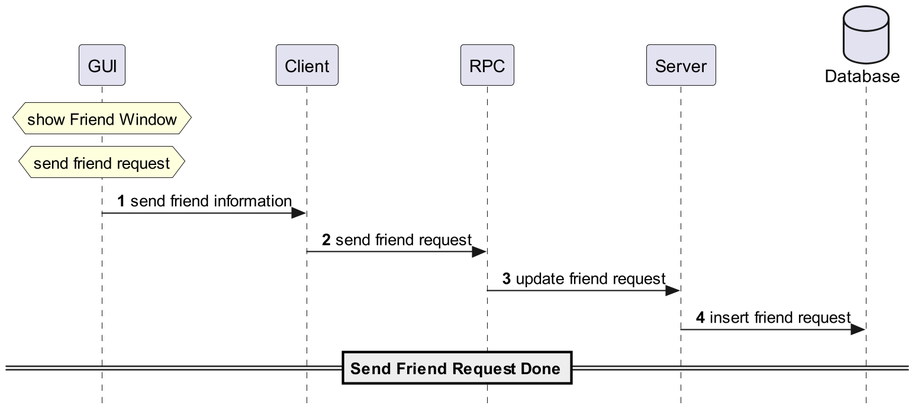
Before: Docs/Flow Chart/friend request.png, a diagram exported from PlantUML (jack41402/Networking-Final).
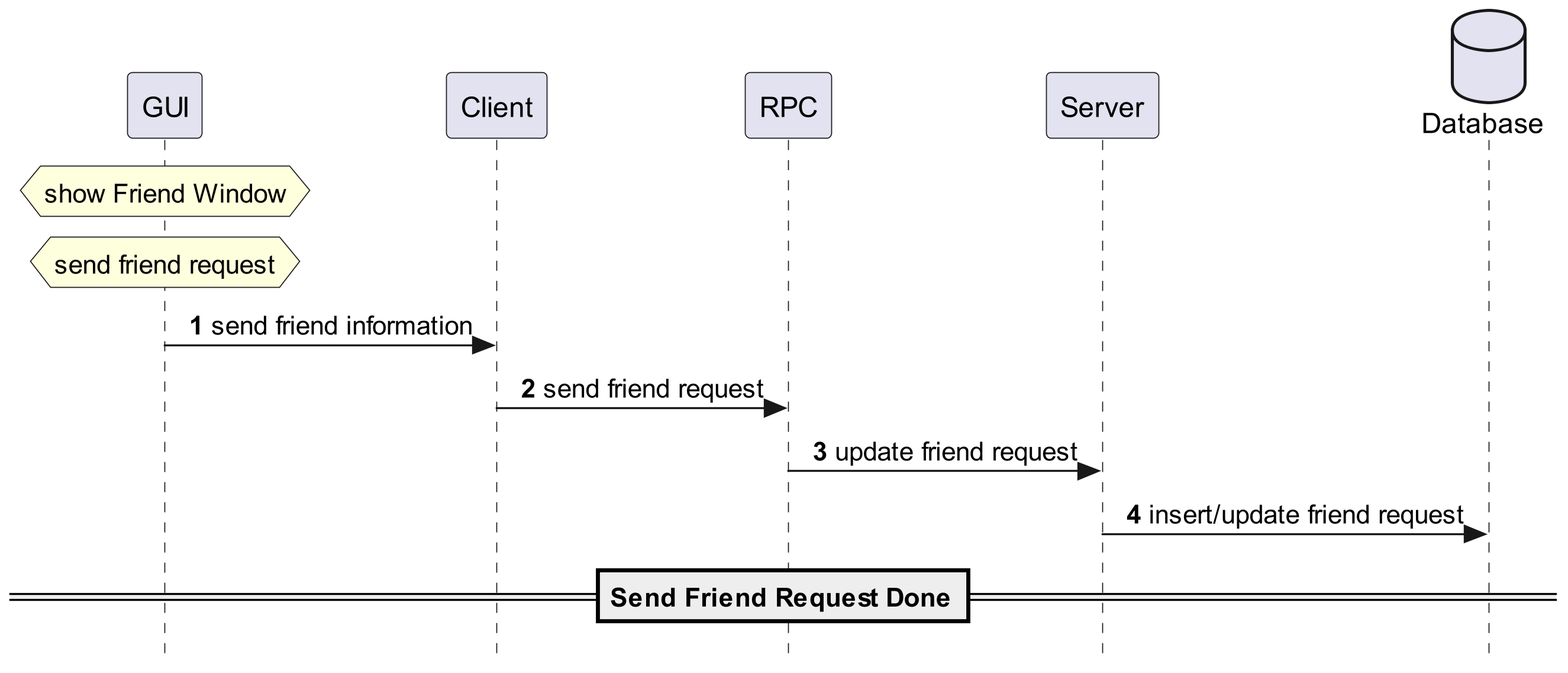
After the commit.

The edit, as a diff of the source:
```diff
@@ -17,7 +17,7 @@
 gui -> client: send friend information
 client -> rpc: send friend request
 rpc -> server: update friend request
-server -> sql: insert friend request
+server -> sql: insert/update friend request
 ==Send Friend Request Done==
 
 @enduml
```
